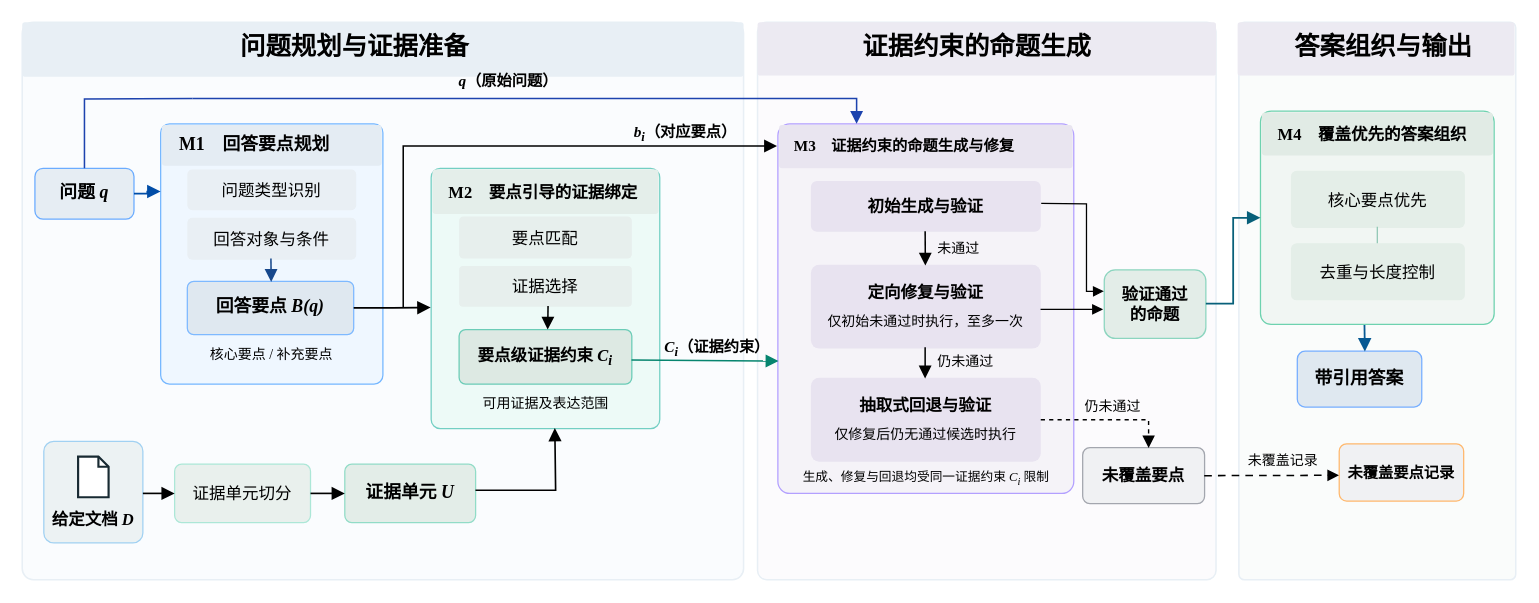
Above: 20261019方法框架图.drawio in handsome-tony/picture (draw.io), before the change. Source tidied: cells renumbered, new cells numbered last; positions are measured from the earlier drawing's top-left corner, leaving out a move shared by most shapes. Both pictures are drawn from the tidied source at 127%, with x=0, y=0 at pixel (22, 22).
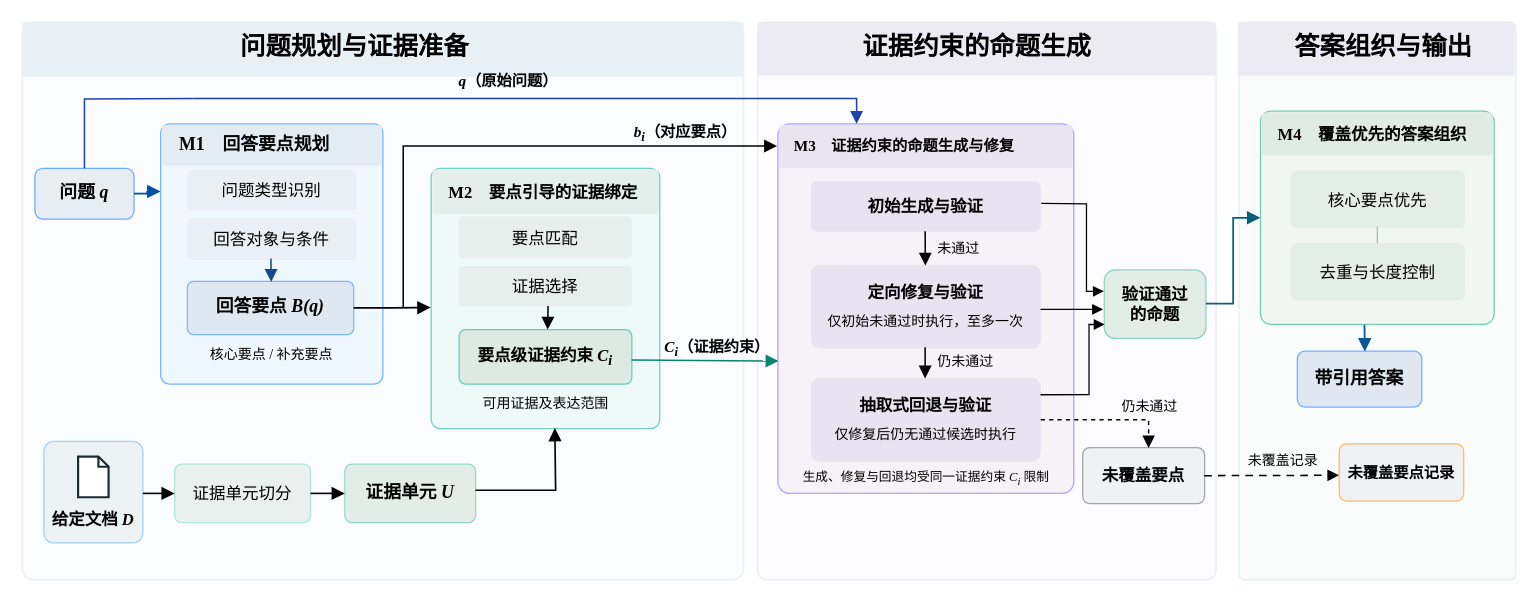
After the change.

Commit message:
更新20261019方法框架图.drawio

Unchanged cells that the change refers to:
```xml
<mxCell id="34" value="&lt;div style=&quot;font-size:13px;font-weight:bold;&quot;&gt;抽取式回退与验证&lt;/div&gt;&lt;div style=&quot;font-size:11px;margin-top:8px;&quot;&gt;仅修复后仍无通过候选时执行&lt;/div&gt;" style="rounded=1;arcSize=10;whiteSpace=wrap;html=1;fillColor=#E8E3F0;strokeColor=none;fontColor=#000000;fontFamily=Times New Roman;fontSize=12;spacing=5;" parent="1" vertex="1">
  <mxGeometry x="621" y="280" width="181" height="66" as="geometry" />
</mxCell>
<mxCell id="36" value="验证通过&lt;br&gt;的命题" style="rounded=1;arcSize=16;whiteSpace=wrap;html=1;fillColor=#E3EDE8;strokeColor=#8CD5BF;strokeWidth=1;fontColor=#000000;fontFamily=Times New Roman;fontSize=13;fontStyle=1;" parent="1" vertex="1">
  <mxGeometry x="852" y="195" width="80" height="54" as="geometry" />
</mxCell>
```

What changed in the source:
```diff
@@
     <mxCell id="73" value="仍未通过" style="text;html=1;whiteSpace=wrap;strokeColor=none;fillColor=none;align=left;verticalAlign=middle;fontFamily=Times New Roman;fontSize=11;fontColor=#000000;" parent="1" vertex="1">
-      <mxGeometry x="835" y="293" width="57" height="19" as="geometry" />
+      <mxGeometry x="863.5" y="293" width="57" height="19" as="geometry" />
     </mxCell>
+    <mxCell id="74" style="edgeStyle=orthogonalEdgeStyle;rounded=0;html=1;endArrow=block;endFill=1;endSize=6;strokeColor=#000000;strokeWidth=1;entryX=0.004;entryY=0.797;entryDx=0;entryDy=0;entryPerimeter=0;exitX=0.999;exitY=0.202;exitDx=0;exitDy=0;fontFamily=Times New Roman;fontColor=#000000;exitPerimeter=0;" parent="1" edge="1" source="34" target="36">
+      <mxGeometry x="-0.34" relative="1" as="geometry">
+        <Array as="points">
+          <mxPoint x="840" y="293.3" />
+          <mxPoint x="840" y="238" />
+        </Array>
+      </mxGeometry>
+    </mxCell>
```
